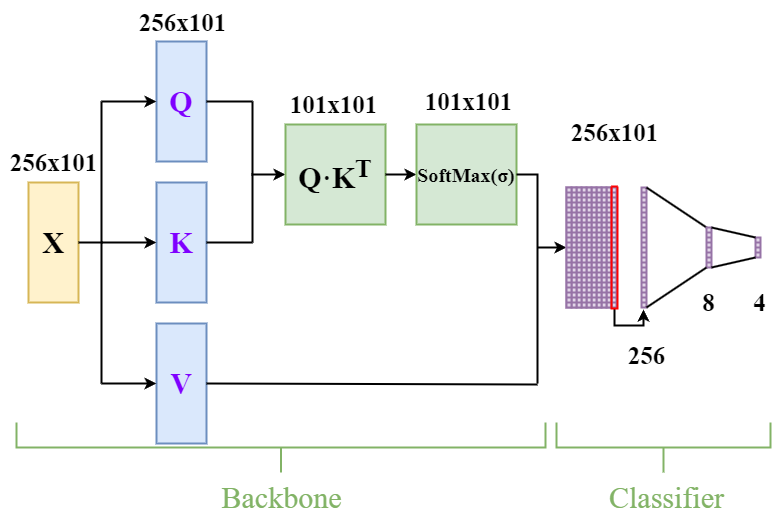
Purer-lyk/network_pic keeps this draw.io diagram as attention.drawio.png. Above is the earlier version. Source tidied: cells renumbered, new cells last; positions are measured from the earlier drawing's top-left corner, leaving out a move shared by most shapes.
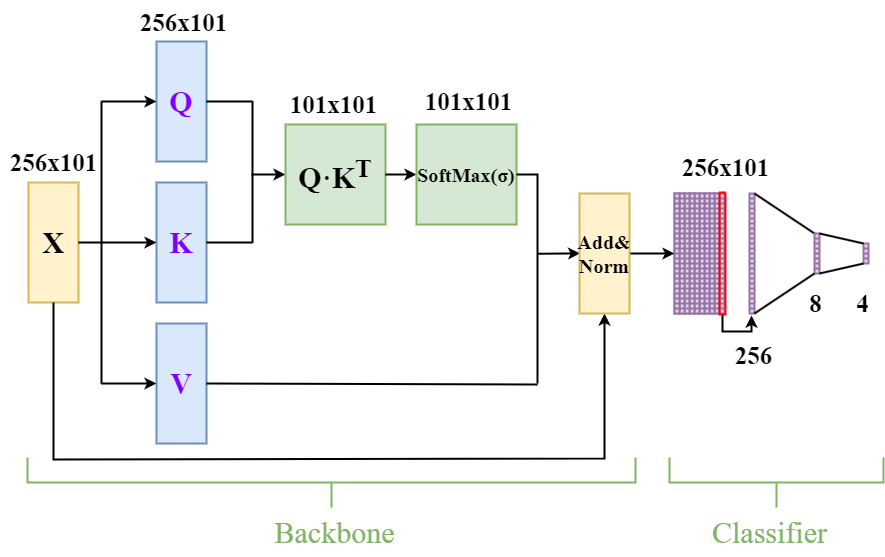
The same diagram one commit later.

What changed in the source:
```diff
@@ -83,16 +83,16 @@
         </Array>
       </mxGeometry>
     </mxCell>
-    <mxCell id="20" style="endArrow=classic;html=1;rounded=0;strokeWidth=2;entryX=0;entryY=0.5;entryDx=0;entryDy=0;" parent="1" edge="1" target="513">
+    <mxCell id="20" style="endArrow=classic;html=1;rounded=0;strokeWidth=2;entryX=0.012;entryY=0.499;entryDx=0;entryDy=0;entryPerimeter=0;" parent="1" edge="1" target="607">
       <mxGeometry relative="1" as="geometry">
-        <mxPoint x="538" y="247" as="sourcePoint" />
+        <mxPoint x="538" y="253.3" as="sourcePoint" />
       </mxGeometry>
     </mxCell>
     <mxCell id="21" value="&lt;font face=&quot;Times New Roman&quot; style=&quot;font-size: 20px;&quot;&gt;&lt;b style=&quot;&quot;&gt;X&lt;/b&gt;&lt;/font&gt;" style="rounded=0;whiteSpace=wrap;html=1;strokeWidth=2;fillColor=#e1d5e7;strokeColor=#9673a6;" parent="1" vertex="1">
-      <mxGeometry x="567" y="187" width="50" height="120" as="geometry" />
+      <mxGeometry x="675" y="193" width="50" height="120" as="geometry" />
     </mxCell>
     <mxCell id="22" style="shape=table;startSize=0;fontSize=16;fillColor=#e1d5e7;strokeColor=#9673a6;strokeWidth=2;" parent="1" vertex="1">
-      <mxGeometry x="612" y="187" width="5" height="120" as="geometry" />
+      <mxGeometry x="720" y="193" width="5" height="120" as="geometry" />
     </mxCell>
     <mxCell id="23" style="shape=tableRow;horizontal=0;startSize=0;swimlaneHead=0;swimlaneBody=0;strokeColor=inherit;top=0;left=0;bottom=0;right=0;fillColor=none;fontSize=16;strokeWidth=2;" parent="22" vertex="1">
       <mxGeometry width="5" height="5" as="geometry" />
@@ -240,15 +240,15 @@
     </mxCell>
     <mxCell id="71" style="endArrow=classic;html=1;rounded=0;exitX=0.96;exitY=1.008;exitDx=0;exitDy=0;exitPerimeter=0;strokeWidth=2;" parent="1" edge="1" source="21">
       <mxGeometry relative="1" as="geometry">
-        <mxPoint x="644" y="309" as="targetPoint" />
+        <mxPoint x="752" y="315" as="targetPoint" />
         <Array as="points">
-          <mxPoint x="615" y="325" />
-          <mxPoint x="644" y="325" />
+          <mxPoint x="723" y="331" />
+          <mxPoint x="752" y="331" />
         </Array>
       </mxGeometry>
     </mxCell>
     <mxCell id="72" style="shape=table;startSize=0;fontSize=16;fillColor=#e1d5e7;strokeColor=#9673a6;strokeWidth=2;" parent="1" vertex="1">
-      <mxGeometry x="642" y="187" width="5" height="120" as="geometry" />
+      <mxGeometry x="750" y="193" width="5" height="120" as="geometry" />
     </mxCell>
     <mxCell id="73" style="shape=tableRow;horizontal=0;startSize=0;swimlaneHead=0;swimlaneBody=0;strokeColor=inherit;top=0;left=0;bottom=0;right=0;fillColor=none;fontSize=16;strokeWidth=2;" parent="72" vertex="1">
       <mxGeometry width="5" height="5" as="geometry" />
@@ -395,7 +395,7 @@
       <mxGeometry width="5" height="5" as="geometry" />
     </mxCell>
     <mxCell id="121" style="shape=table;startSize=0;fontSize=16;fillColor=#e1d5e7;strokeColor=#9673a6;strokeWidth=2;" parent="1" vertex="1">
-      <mxGeometry x="607" y="187" width="5" height="120" as="geometry" />
+      <mxGeometry x="715" y="193" width="5" height="120" as="geometry" />
     </mxCell>
     <mxCell id="122" style="shape=tableRow;horizontal=0;startSize=0;swimlaneHead=0;swimlaneBody=0;strokeColor=inherit;top=0;left=0;bottom=0;right=0;fillColor=none;fontSize=16;strokeWidth=2;" parent="121" vertex="1">
       <mxGeometry width="5" height="5" as="geometry" />
@@ -542,7 +542,7 @@
       <mxGeometry width="5" height="5" as="geometry" />
     </mxCell>
     <mxCell id="170" style="shape=table;startSize=0;fontSize=16;fillColor=#e1d5e7;strokeColor=#9673a6;strokeWidth=2;" parent="1" vertex="1">
-      <mxGeometry x="602" y="187" width="5" height="120" as="geometry" />
+      <mxGeometry x="710" y="193" width="5" height="120" as="geometry" />
     </mxCell>
     <mxCell id="171" style="shape=tableRow;horizontal=0;startSize=0;swimlaneHead=0;swimlaneBody=0;strokeColor=inherit;top=0;left=0;bottom=0;right=0;fillColor=none;fontSize=16;strokeWidth=2;" parent="170" vertex="1">
       <mxGeometry width="5" height="5" as="geometry" />
@@ -689,7 +689,7 @@
       <mxGeometry width="5" height="5" as="geometry" />
     </mxCell>
     <mxCell id="219" style="shape=table;startSize=0;fontSize=16;fillColor=#e1d5e7;strokeColor=#9673a6;strokeWidth=2;" parent="1" vertex="1">
-      <mxGeometry x="597" y="187" width="5" height="120" as="geometry" />
+      <mxGeometry x="705" y="193" width="5" height="120" as="geometry" />
     </mxCell>
     <mxCell id="220" style="shape=tableRow;horizontal=0;startSize=0;swimlaneHead=0;swimlaneBody=0;strokeColor=inherit;top=0;left=0;bottom=0;right=0;fillColor=none;fontSize=16;strokeWidth=2;" parent="219" vertex="1">
       <mxGeometry width="5" height="5" as="geometry" />
@@ -836,7 +836,7 @@
       <mxGeometry width="5" height="5" as="geometry" />
     </mxCell>
     <mxCell id="268" style="shape=table;startSize=0;fontSize=16;fillColor=#e1d5e7;strokeColor=#9673a6;strokeWidth=2;" parent="1" vertex="1">
-      <mxGeometry x="592" y="187" width="5" height="120" as="geometry" />
+      <mxGeometry x="700" y="193" width="5" height="120" as="geometry" />
     </mxCell>
     <mxCell id="269" style="shape=tableRow;horizontal=0;startSize=0;swimlaneHead=0;swimlaneBody=0;strokeColor=inherit;top=0;left=0;bottom=0;right=0;fillColor=none;fontSize=16;strokeWidth=2;" parent="268" vertex="1">
       <mxGeometry width="5" height="5" as="geometry" />
@@ -983,7 +983,7 @@
       <mxGeometry width="5" height="5" as="geometry" />
     </mxCell>
     <mxCell id="317" style="shape=table;startSize=0;fontSize=16;fillColor=#e1d5e7;strokeColor=#9673a6;strokeWidth=2;" parent="1" vertex="1">
-      <mxGeometry x="587" y="187" width="5" height="120" as="geometry" />
+      <mxGeometry x="695" y="193" width="5" height="120" as="geometry" />
     </mxCell>
     <mxCell id="318" style="shape=tableRow;horizontal=0;startSize=0;swimlaneHead=0;swimlaneBody=0;strokeColor=inherit;top=0;left=0;bottom=0;right=0;fillColor=none;fontSize=16;strokeWidth=2;" parent="317" vertex="1">
       <mxGeometry width="5" height="5" as="geometry" />
@@ -1130,7 +1130,7 @@
       <mxGeometry width="5" height="5" as="geometry" />
     </mxCell>
     <mxCell id="366" style="shape=table;startSize=0;fontSize=16;fillColor=#e1d5e7;strokeColor=#9673a6;strokeWidth=2;" parent="1" vertex="1">
-      <mxGeometry x="582" y="187" width="5" height="120" as="geometry" />
+      <mxGeometry x="690" y="193" width="5" height="120" as="geometry" />
     </mxCell>
     <mxCell id="367" style="shape=tableRow;horizontal=0;startSize=0;swimlaneHead=0;swimlaneBody=0;strokeColor=inherit;top=0;left=0;bottom=0;right=0;fillColor=none;fontSize=16;strokeWidth=2;" parent="366" vertex="1">
       <mxGeometry width="5" height="5" as="geometry" />
@@ -1277,7 +1277,7 @@
       <mxGeometry width="5" height="5" as="geometry" />
     </mxCell>
     <mxCell id="415" style="shape=table;startSize=0;fontSize=16;fillColor=#e1d5e7;strokeColor=#9673a6;strokeWidth=2;" parent="1" vertex="1">
-      <mxGeometry x="577" y="187" width="5" height="120" as="geometry" />
+      <mxGeometry x="685" y="193" width="5" height="120" as="geometry" />
     </mxCell>
     <mxCell id="416" style="shape=tableRow;horizontal=0;startSize=0;swimlaneHead=0;swimlaneBody=0;strokeColor=inherit;top=0;left=0;bottom=0;right=0;fillColor=none;fontSize=16;strokeWidth=2;" parent="415" vertex="1">
       <mxGeometry width="5" height="5" as="geometry" />
@@ -1424,7 +1424,7 @@
       <mxGeometry width="5" height="5" as="geometry" />
     </mxCell>
     <mxCell id="464" style="shape=table;startSize=0;fontSize=16;fillColor=#e1d5e7;strokeColor=#9673a6;strokeWidth=2;" parent="1" vertex="1">
-      <mxGeometry x="572" y="187" width="5" height="120" as="geometry" />
+      <mxGeometry x="680" y="193" width="5" height="120" as="geometry" />
     </mxCell>
     <mxCell id="465" style="shape=tableRow;horizontal=0;startSize=0;swimlaneHead=0;swimlaneBody=0;strokeColor=inherit;top=0;left=0;bottom=0;right=0;fillColor=none;fontSize=16;strokeWidth=2;" parent="464" vertex="1">
       <mxGeometry width="5" height="5" as="geometry" />
@@ -1571,7 +1571,7 @@
       <mxGeometry width="5" height="5" as="geometry" />
     </mxCell>
     <mxCell id="513" style="shape=table;startSize=0;fontSize=16;fillColor=#e1d5e7;strokeColor=#9673a6;strokeWidth=2;" parent="1" vertex="1">
-      <mxGeometry x="567" y="187" width="5" height="120" as="geometry" />
+      <mxGeometry x="675" y="193" width="5" height="120" as="geometry" />
     </mxCell>
     <mxCell id="514" style="shape=tableRow;horizontal=0;startSize=0;swimlaneHead=0;swimlaneBody=0;strokeColor=inherit;top=0;left=0;bottom=0;right=0;fillColor=none;fontSize=16;strokeWidth=2;" parent="513" vertex="1">
       <mxGeometry width="5" height="5" as="geometry" />
@@ -1718,15 +1718,15 @@
       <mxGeometry width="5" height="5" as="geometry" />
     </mxCell>
     <mxCell id="562" style="swimlane;startSize=0;labelBorderColor=none;noLabel=1;fillColor=#f8cecc;strokeColor=#FF0000;strokeWidth=2;" parent="1" vertex="1">
-      <mxGeometry x="612" y="186" width="6" height="122" as="geometry" />
+      <mxGeometry x="720" y="192" width="6" height="122" as="geometry" />
     </mxCell>
     <mxCell id="563" style="endArrow=none;html=1;rounded=0;entryX=0.013;entryY=0.006;entryDx=0;entryDy=0;entryPerimeter=0;strokeWidth=2;" parent="1" edge="1" target="565">
       <mxGeometry relative="1" as="geometry">
-        <mxPoint x="647" y="187" as="sourcePoint" />
+        <mxPoint x="755" y="193" as="sourcePoint" />
       </mxGeometry>
     </mxCell>
     <mxCell id="564" style="shape=table;startSize=0;fontSize=16;fillColor=#e1d5e7;strokeColor=#9673a6;strokeWidth=2;" parent="1" vertex="1">
-      <mxGeometry x="707" y="227" width="5" height="40" as="geometry" />
+      <mxGeometry x="815" y="233" width="5" height="40" as="geometry" />
     </mxCell>
     <mxCell id="565" style="shape=tableRow;horizontal=0;startSize=0;swimlaneHead=0;swimlaneBody=0;strokeColor=inherit;top=0;left=0;bottom=0;right=0;fillColor=none;points=[[0,0.5],[1,0.5]];portConstraint=eastwest;fontSize=16;strokeWidth=2;" parent="564" vertex="1">
       <mxGeometry width="5" height="5" as="geometry" />
@@ -1777,7 +1777,7 @@
       <mxGeometry width="5" height="5" as="geometry" />
     </mxCell>
     <mxCell id="581" style="shape=table;startSize=0;fontSize=16;fillColor=#e1d5e7;strokeColor=#9673a6;strokeWidth=2;" parent="1" vertex="1">
-      <mxGeometry x="756" y="237" width="5" height="20" as="geometry" />
+      <mxGeometry x="864" y="243" width="5" height="20" as="geometry" />
     </mxCell>
     <mxCell id="582" style="shape=tableRow;horizontal=0;startSize=0;swimlaneHead=0;swimlaneBody=0;strokeColor=inherit;top=0;left=0;bottom=0;right=0;fillColor=none;fontSize=16;strokeWidth=2;" parent="581" vertex="1">
       <mxGeometry width="5" height="5" as="geometry" />
@@ -1825,28 +1825,42 @@
       <mxGeometry x="415" y="79.5" width="107" height="43" as="geometry" />
     </mxCell>
     <mxCell id="597" value="&lt;b style=&quot;&quot;&gt;&lt;font style=&quot;font-size: 25px;&quot; face=&quot;Times New Roman&quot;&gt;256x101&lt;/font&gt;&lt;/b&gt;" style="text;html=1;align=center;verticalAlign=middle;strokeColor=none;fillColor=none;" parent="1" vertex="1">
-      <mxGeometry x="561" y="110.5" width="107" height="43" as="geometry" />
+      <mxGeometry x="672" y="145" width="107" height="43" as="geometry" />
     </mxCell>
     <mxCell id="598" value="&lt;b style=&quot;&quot;&gt;&lt;font style=&quot;font-size: 25px;&quot; face=&quot;Times New Roman&quot;&gt;256&lt;/font&gt;&lt;/b&gt;" style="text;html=1;align=center;verticalAlign=middle;strokeColor=none;fillColor=none;" parent="1" vertex="1">
-      <mxGeometry x="618" y="333" width="57" height="43" as="geometry" />
+      <mxGeometry x="726" y="333" width="57" height="43" as="geometry" />
     </mxCell>
     <mxCell id="599" value="&lt;b style=&quot;&quot;&gt;&lt;font style=&quot;font-size: 25px;&quot; face=&quot;Times New Roman&quot;&gt;8&lt;/font&gt;&lt;/b&gt;" style="text;html=1;align=center;verticalAlign=middle;strokeColor=none;fillColor=none;" parent="1" vertex="1">
-      <mxGeometry x="693" y="280" width="32" height="43" as="geometry" />
+      <mxGeometry x="800" y="281" width="32" height="43" as="geometry" />
     </mxCell>
     <mxCell id="600" value="&lt;b style=&quot;&quot;&gt;&lt;font style=&quot;font-size: 25px;&quot; face=&quot;Times New Roman&quot;&gt;4&lt;/font&gt;&lt;/b&gt;" style="text;html=1;align=center;verticalAlign=middle;strokeColor=none;fillColor=none;" parent="1" vertex="1">
-      <mxGeometry x="744" y="280" width="32" height="43" as="geometry" />
+      <mxGeometry x="847" y="281" width="32" height="43" as="geometry" />
     </mxCell>
     <mxCell id="601" style="strokeWidth=2;html=1;shape=mxgraph.flowchart.annotation_2;align=left;labelPosition=right;direction=north;fillColor=#d5e8d4;strokeColor=#82b366;" parent="1" vertex="1">
-      <mxGeometry x="17" y="422" width="529" height="50" as="geometry" />
+      <mxGeometry x="28" y="457" width="608" height="50" as="geometry" />
     </mxCell>
     <mxCell id="602" style="strokeWidth=2;html=1;shape=mxgraph.flowchart.annotation_2;align=left;labelPosition=right;direction=north;fillColor=#d5e8d4;strokeColor=#82b366;" parent="1" vertex="1">
-      <mxGeometry x="557" y="422" width="214" height="50" as="geometry" />
+      <mxGeometry x="670" y="457" width="214" height="50" as="geometry" />
     </mxCell>
     <mxCell id="603" value="&lt;font color=&quot;#82b366&quot; face=&quot;Times New Roman&quot; style=&quot;font-size: 30px;&quot;&gt;Backbone&lt;/font&gt;" style="text;html=1;align=center;verticalAlign=middle;strokeColor=none;fillColor=none;" parent="1" vertex="1">
-      <mxGeometry x="212.5" y="472" width="139" height="49" as="geometry" />
+      <mxGeometry x="265" y="507" width="139" height="49" as="geometry" />
     </mxCell>
     <mxCell id="604" value="&lt;font color=&quot;#82b366&quot; face=&quot;Times New Roman&quot; style=&quot;font-size: 30px;&quot;&gt;Classifier&lt;/font&gt;" style="text;html=1;align=center;verticalAlign=middle;strokeColor=none;fillColor=none;" parent="1" vertex="1">
-      <mxGeometry x="599.5" y="472" width="134" height="49" as="geometry" />
+      <mxGeometry x="703" y="507" width="134" height="49" as="geometry" />
     </mxCell>
+    <mxCell id="605" style="endArrow=classic;html=1;rounded=0;strokeWidth=2;exitX=0.5;exitY=1;exitDx=0;exitDy=0;entryX=0.5;entryY=1;entryDx=0;entryDy=0;" parent="1" edge="1" source="2" target="607">
+      <mxGeometry relative="1" as="geometry">
+        <Array as="points">
+          <mxPoint x="54" y="459" />
+          <mxPoint x="605" y="458" />
+        </Array>
+      </mxGeometry>
+    </mxCell>
+    <mxCell id="606" style="edgeStyle=orthogonalEdgeStyle;rounded=0;jettySize=auto;html=1;strokeWidth=2;" parent="1" edge="1" source="607" target="21">
+      <mxGeometry relative="1" as="geometry" />
+    </mxCell>
+    <mxCell id="607" value="&lt;font face=&quot;Times New Roman&quot; style=&quot;font-size: 20px;&quot;&gt;&lt;b&gt;Add&amp;amp;&lt;/b&gt;&lt;/font&gt;&lt;div style=&quot;font-size: 20px;&quot;&gt;&lt;font face=&quot;Times New Roman&quot; style=&quot;font-size: 20px;&quot;&gt;&lt;b&gt;Norm&lt;/b&gt;&lt;/font&gt;&lt;/div&gt;" style="rounded=0;whiteSpace=wrap;html=1;strokeWidth=2;fillColor=#fff2cc;strokeColor=#d6b656;" parent="1" vertex="1">
+      <mxGeometry x="580" y="193" width="50" height="120" as="geometry" />
+    </mxCell>
   </root>
 </mxGraphModel>
```
